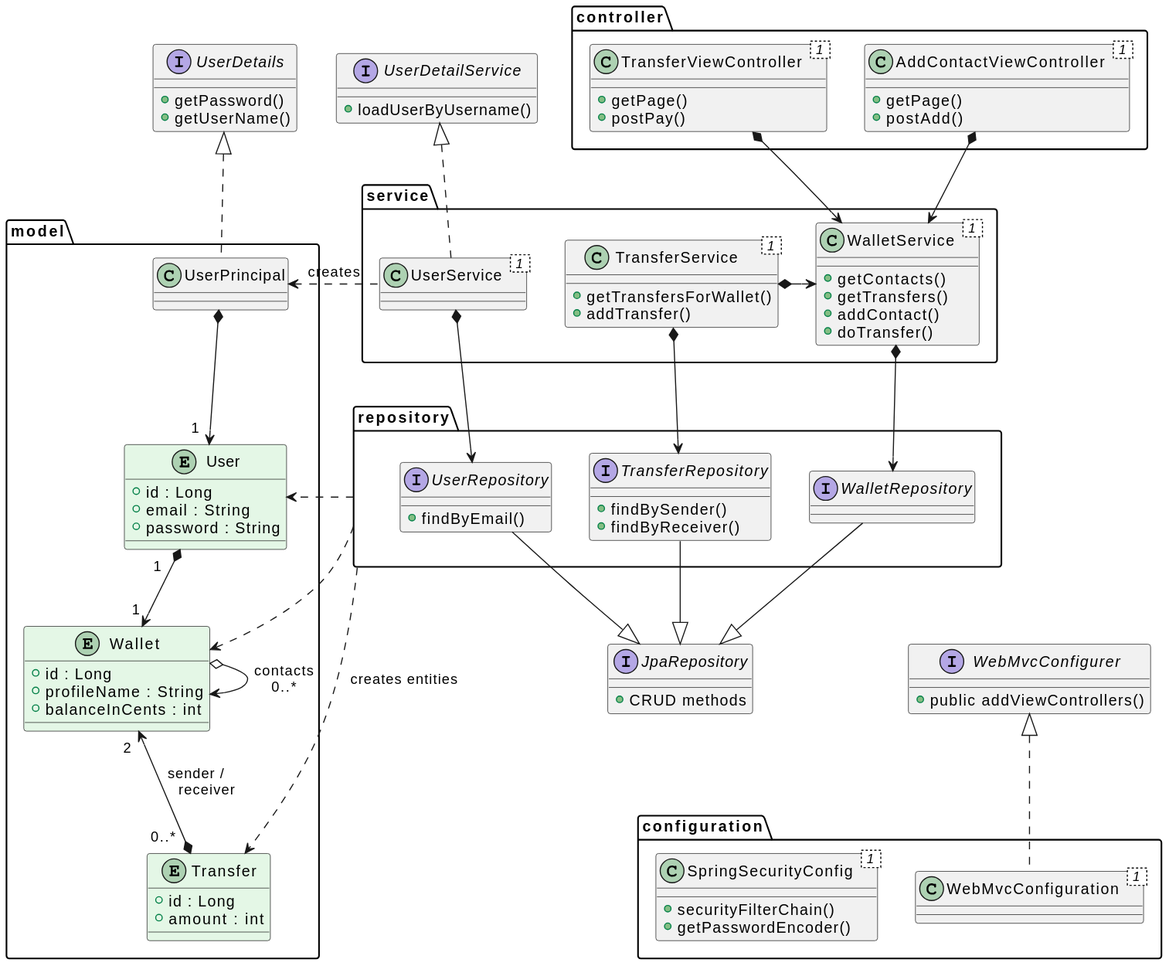
The PlantUML diagram docs/classes.uml.svg in raranguren/p6-paymybuddy, before a commit. The source it was exported from:
```plantuml
@startuml
interface UserDetails {
  +getPassword()
  +getUserName()
}
interface UserDetailService {
  +loadUserByUsername()
}
interface WebMvcConfigurer {
  +public addViewControllers()
}
interface JpaRepository {
  +{method} CRUD methods
}


package configuration {
  class SpringSecurityConfig< 1 > {
    +securityFilterChain()
    +getPasswordEncoder()
  }
    class WebMvcConfiguration< 1 > implements WebMvcConfigurer{
  }
}

package controller {
  class TransferViewController< 1 > {
    +getPage()
    +postPay()
  }
  class AddContactViewController< 1 > {
    +getPage()
    +postAdd()
  }
}

package service {
  class UserService< 1 > implements UserDetailService {
  }
  class WalletService< 1 > {
    +getContacts()
    +getTransfers()
    +addContact()
    +doTransfer()
  }
  class TransferService< 1 > {
    +getTransfersForWallet()
    +addTransfer()
  }
}

package model {
  class UserPrincipal implements UserDetails {
  }

  entity User #e4f7e6 {
    +id : Long
    +email : String
    +password : String
  }

  entity Wallet #e4f7e6 {
    +id : Long
    +profileName : String
    +balanceInCents : int
  }

  entity Transfer #e4f7e6 {
    +id : Long
    +amount : int
  }
}

package repository {
  interface UserRepository {
    +findByEmail()
  }
  interface TransferRepository {
    +findBySender()
    +findByReceiver()
  }
  interface WalletRepository {
  }
}

TransferViewController *--> WalletService
AddContactViewController *--> WalletService

TransferService *-> WalletService
UserPrincipal <. UserService : creates
UserPrincipal " " *--> "1  " User
User "1   " *--> "1 "Wallet
Wallet "2  " <--* " 0..*  " Transfer : sender /    \n receiver
Wallet o-> Wallet : contacts\n0..*
UserService *--> UserRepository
WalletService *--> WalletRepository
TransferService *--> TransferRepository
repository ..> User
repository ..> Wallet
repository ..> Transfer : creates entities

UserRepository --|> JpaRepository
TransferRepository --|> JpaRepository
WalletRepository --|> JpaRepository

UserService .[hidden]> TransferService
UserDetails .[hidden]> UserDetailService
SpringSecurityConfig .[hidden]> WebMvcConfiguration
JpaRepository .[hidden]> space
space .[hidden]> WebMvcConfigurer
hide space
@enduml
```
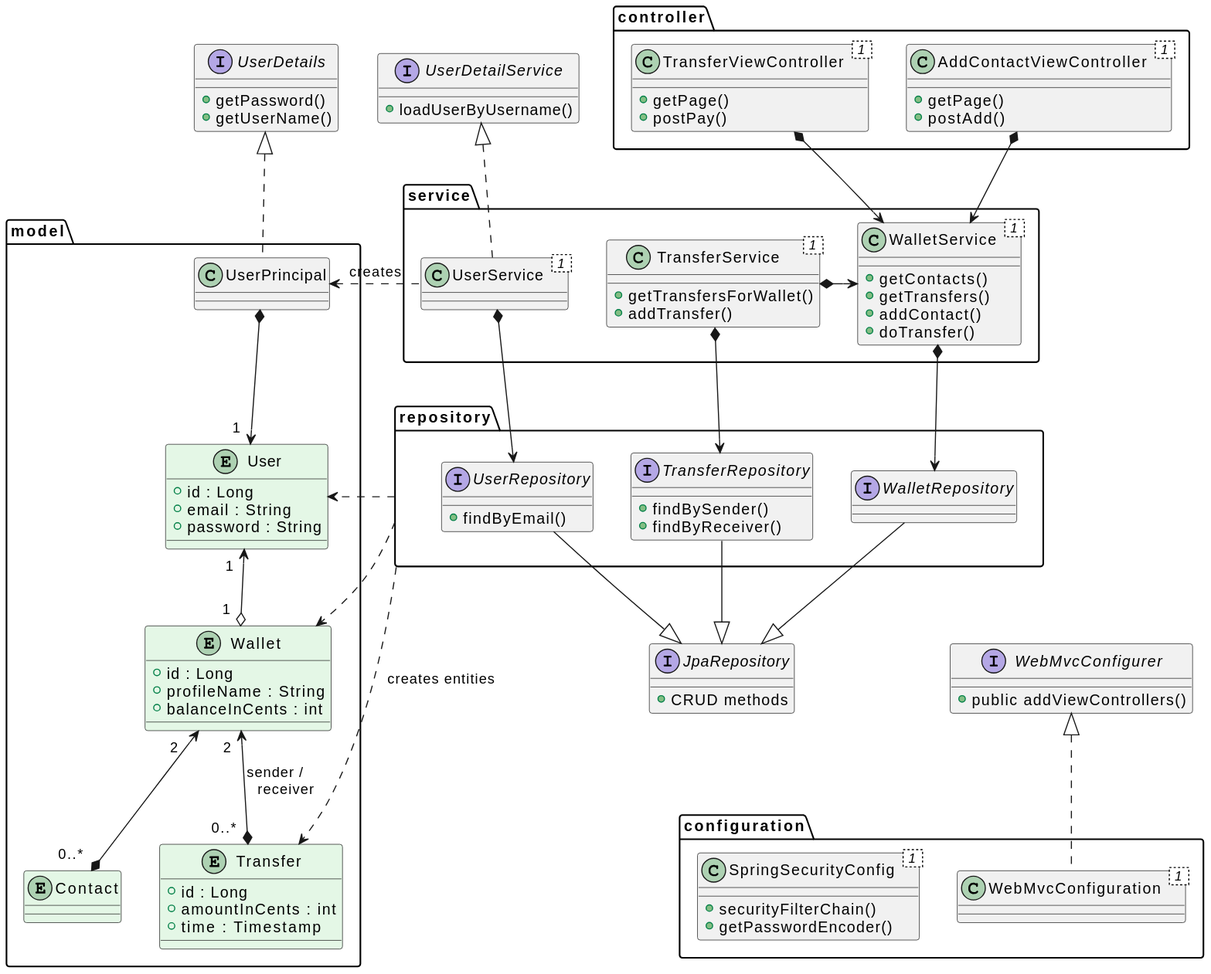
Above is the later version.

Commit message:
Added the entity "Wallet" to contain user names and their balance

Diff of the diagram source:
```diff
@@ -12,7 +12,6 @@
 interface JpaRepository {
   +{method} CRUD methods
 }
-
 
 package configuration {
   class SpringSecurityConfig< 1 > {
@@ -65,9 +64,13 @@
     +balanceInCents : int
   }
 
+  entity Contact #e4f7e6 {
+  }
+
   entity Transfer #e4f7e6 {
     +id : Long
-    +amount : int
+    +amountInCents : int
+    +time : Timestamp
   }
 }
 
@@ -89,14 +92,15 @@
 TransferService *-> WalletService
 UserPrincipal <. UserService : creates
 UserPrincipal " " *--> "1  " User
-User "1   " *--> "1 "Wallet
+User "1  " <--o "1  " Wallet
 Wallet "2  " <--* " 0..*  " Transfer : sender /    \n receiver
-Wallet o-> Wallet : contacts\n0..*
+Wallet "2   " <--* " 0..*  " Contact
 UserService *--> UserRepository
 WalletService *--> WalletRepository
 TransferService *--> TransferRepository
 repository ..> User
 repository ..> Wallet
+
 repository ..> Transfer : creates entities
 
 UserRepository --|> JpaRepository
```
